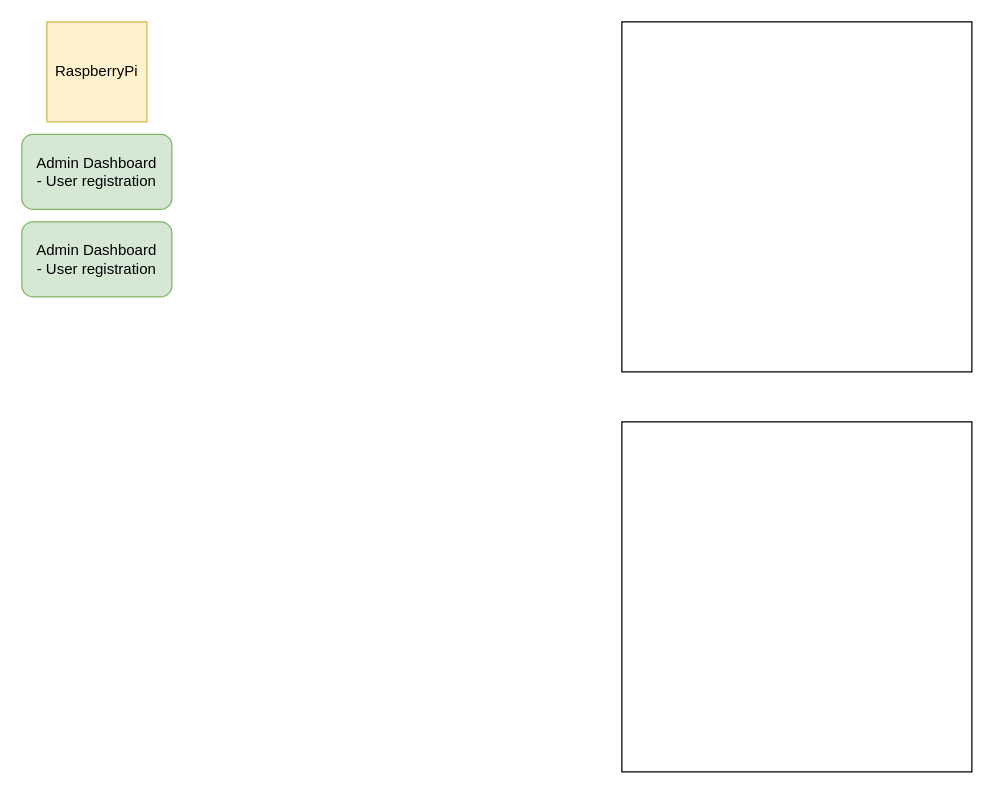
Above: Plan.drawio in Konrad1991/SolarPi (draw.io), before the change. Source tidied: cells renumbered, new cells numbered last; positions are measured from the earlier drawing's top-left corner, leaving out a move shared by most shapes. Both pictures are drawn from the tidied source at 125%, with x=0, y=0 at pixel (21, 21).
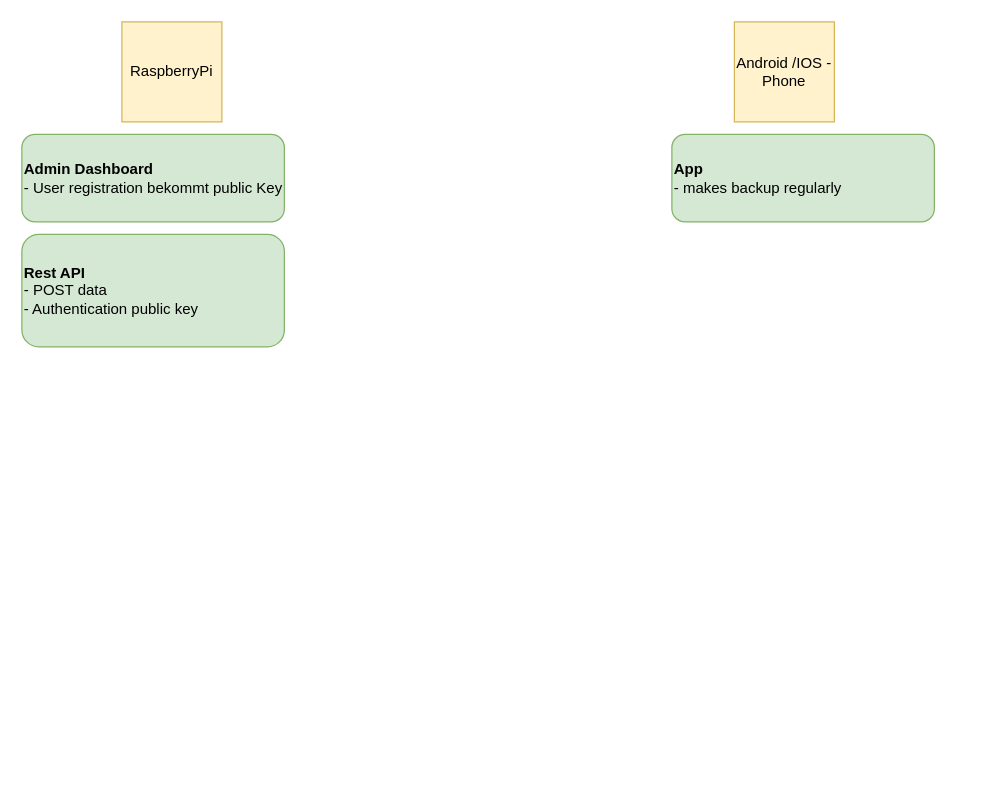
The same page after the edit.

Change to the diagram source:
```diff
@@
 <mxGraphModel>
   <root>
     <mxCell id="0" />
     <mxCell id="1" parent="0" />
     <mxCell id="2" value="RaspberryPi&lt;br&gt;" style="whiteSpace=wrap;html=1;fillColor=#fff2cc;strokeColor=#d6b656;" parent="1" vertex="1">
-      <mxGeometry x="20" width="80" height="80" as="geometry" />
+      <mxGeometry x="80" width="80" height="80" as="geometry" />
     </mxCell>
-    <mxCell id="3" style="whiteSpace=wrap;html=1;" parent="1" vertex="1">
-      <mxGeometry x="480" width="280" height="280" as="geometry" />
-    </mxCell>
-    <mxCell id="4" style="whiteSpace=wrap;html=1;" parent="1" vertex="1">
-      <mxGeometry x="480" y="320" width="280" height="280" as="geometry" />
-    </mxCell>
-    <mxCell id="5" value="Admin Dashboard&lt;br&gt;- User registration" style="rounded=1;whiteSpace=wrap;html=1;fillColor=#d5e8d4;strokeColor=#82b366;" parent="1" vertex="1">
-      <mxGeometry y="90" width="120" height="60" as="geometry" />
+    <mxCell id="5" value="&lt;div align=&quot;left&quot;&gt;&lt;b&gt;Admin Dashboard&lt;/b&gt;&lt;br&gt;- User registration bekommt public Key&lt;/div&gt;" style="rounded=1;whiteSpace=wrap;html=1;fillColor=#d5e8d4;strokeColor=#82b366;align=left;" parent="1" vertex="1">
+      <mxGeometry y="90" width="210" height="70" as="geometry" />
     </mxCell>
-    <mxCell id="6" value="Admin Dashboard&lt;br&gt;- User registration" style="rounded=1;whiteSpace=wrap;html=1;fillColor=#d5e8d4;strokeColor=#82b366;" parent="1" vertex="1">
-      <mxGeometry y="160" width="120" height="60" as="geometry" />
+    <mxCell id="6" value="&lt;div align=&quot;left&quot;&gt;&lt;b&gt;Rest API&lt;/b&gt;&lt;br&gt;- POST data&lt;/div&gt;&lt;div align=&quot;left&quot;&gt;- Authentication public key&lt;br&gt;&lt;/div&gt;" style="rounded=1;whiteSpace=wrap;html=1;fillColor=#d5e8d4;strokeColor=#82b366;align=left;" parent="1" vertex="1">
+      <mxGeometry y="170" width="210" height="90" as="geometry" />
     </mxCell>
+    <mxCell id="7" value="Android /IOS -Phone" style="whiteSpace=wrap;html=1;fillColor=#fff2cc;strokeColor=#d6b656;" parent="1" vertex="1">
+      <mxGeometry x="570" width="80" height="80" as="geometry" />
+    </mxCell>
+    <mxCell id="8" value="&lt;b&gt;App&lt;br&gt;&lt;/b&gt;- makes backup regularly" style="rounded=1;whiteSpace=wrap;html=1;fillColor=#d5e8d4;strokeColor=#82b366;align=left;" parent="1" vertex="1">
+      <mxGeometry x="520" y="90" width="210" height="70" as="geometry" />
+    </mxCell>
   </root>
 </mxGraphModel>
```
